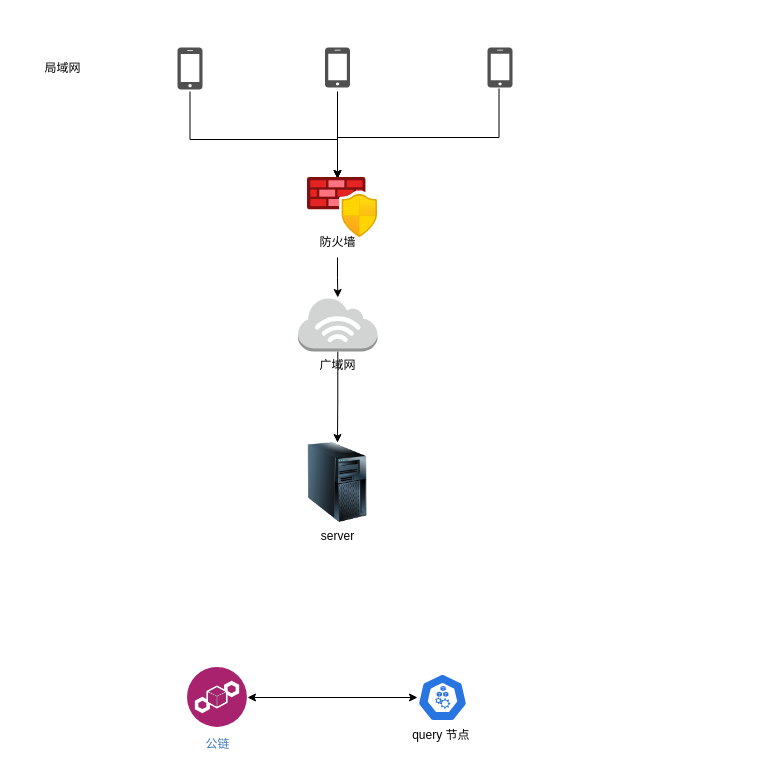
Earlier version of the draw.io diagram 整体架构.drawio (huyongchao98/dapp). Source tidied: cells renumbered, new cells numbered last; positions are measured from the earlier drawing's top-left corner, leaving out a move shared by most shapes. Both pictures are drawn from the tidied source at 100%, with x=0, y=0 at pixel (32, 47).
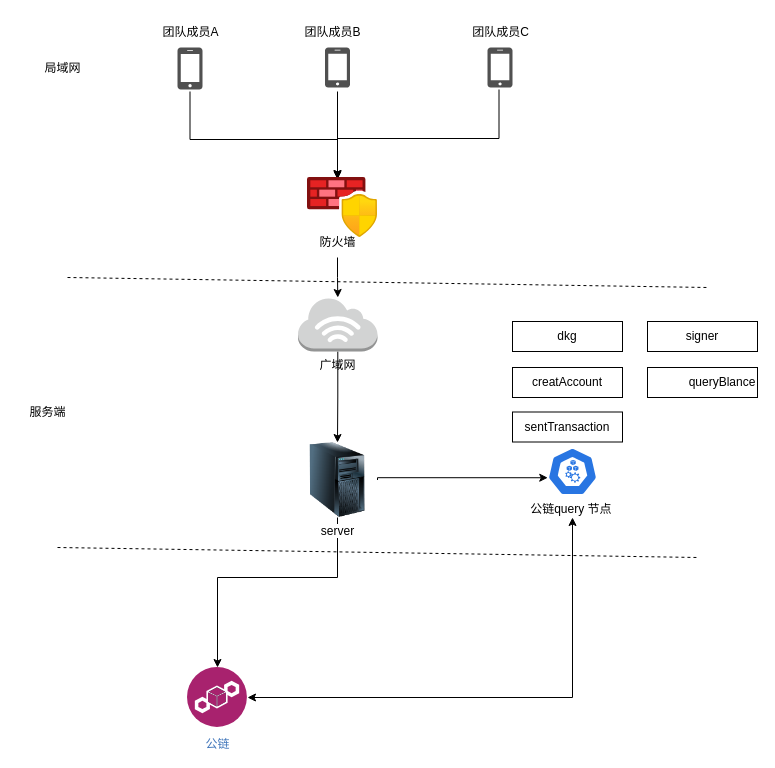
Above is the later version.

The change refers to these unchanged cells:
```xml
<mxCell id="15" value="公链" style="perimeter=ellipsePerimeter;html=1;align=center;shadow=0;dashed=0;fontColor=#4277BB;labelBackgroundColor=#ffffff;fontSize=12;spacingTop=3;image;image=img/lib/ibm/blockchain/blockchain.svg;" parent="1" vertex="1">
  <mxGeometry x="155" y="620" width="60" height="60" as="geometry" />
</mxCell>
```

What changed in the source:
```diff
@@
     <mxCell id="6" style="edgeStyle=orthogonalEdgeStyle;rounded=0;orthogonalLoop=1;jettySize=auto;html=1;" parent="1" edge="1">
       <mxGeometry relative="1" as="geometry">
-        <mxPoint x="466.5" y="41" as="sourcePoint" />
-        <mxPoint x="305" y="131" as="targetPoint" />
+        <mxPoint x="466.5" y="42" as="sourcePoint" />
+        <mxPoint x="305" y="132" as="targetPoint" />
         <Array as="points">
-          <mxPoint x="467" y="90" />
-          <mxPoint x="305" y="90" />
+          <mxPoint x="467" y="91" />
+          <mxPoint x="305" y="91" />
         </Array>
       </mxGeometry>
     </mxCell>
@@
+    <mxCell id="18" style="edgeStyle=orthogonalEdgeStyle;rounded=0;jettySize=auto;html=1;startArrow=none;startFill=0;exitX=0.5;exitY=1;exitDx=0;exitDy=0;" parent="1" edge="1" source="14" target="15">
+      <mxGeometry relative="1" as="geometry">
+        <Array as="points">
+          <mxPoint x="305" y="530" />
+          <mxPoint x="185" y="530" />
+        </Array>
+      </mxGeometry>
+    </mxCell>
+    <mxCell id="19" style="edgeStyle=orthogonalEdgeStyle;rounded=0;jettySize=auto;html=1;startArrow=none;startFill=0;exitX=1;exitY=0.5;exitDx=0;exitDy=0;entryX=0.005;entryY=0.63;entryDx=0;entryDy=0;entryPerimeter=0;" parent="1" edge="1" source="14" target="17">
+      <mxGeometry relative="1" as="geometry">
+        <Array as="points">
+          <mxPoint x="345" y="430" />
+          <mxPoint x="515" y="430" />
+        </Array>
+      </mxGeometry>
+    </mxCell>
     <mxCell id="14" value="server" style="image;html=1;image=img/lib/clip_art/computers/Server_Tower_128x128.png;" parent="1" vertex="1">
-      <mxGeometry x="265" y="395" width="80" height="80" as="geometry" />
+      <mxGeometry x="265" y="395" width="80" height="75" as="geometry" />
     </mxCell>
@@
-    <mxCell id="16" style="edgeStyle=orthogonalEdgeStyle;rounded=0;jettySize=auto;html=1;entryX=1;entryY=0.5;entryDx=0;entryDy=0;startArrow=classic;startFill=1;" parent="1" edge="1" source="17" target="15">
-      <mxGeometry relative="1" as="geometry" />
+    <mxCell id="16" style="edgeStyle=orthogonalEdgeStyle;rounded=0;jettySize=auto;html=1;entryX=1;entryY=0.5;entryDx=0;entryDy=0;startArrow=classic;startFill=1;" parent="1" edge="1" target="15">
+      <mxGeometry relative="1" as="geometry">
+        <mxPoint x="540" y="470" as="sourcePoint" />
+        <Array as="points">
+          <mxPoint x="540" y="650" />
+        </Array>
+      </mxGeometry>
     </mxCell>
-    <mxCell id="17" value="query 节点&amp;nbsp;" style="sketch=0;html=1;dashed=0;whitespace=wrap;fillColor=#2875E2;strokeColor=#ffffff;points=[[0.005,0.63,0],[0.1,0.2,0],[0.9,0.2,0],[0.5,0,0],[0.995,0.63,0],[0.72,0.99,0],[0.5,1,0],[0.28,0.99,0]];verticalLabelPosition=bottom;align=center;verticalAlign=top;shape=mxgraph.kubernetes.icon;prIcon=node;" parent="1" vertex="1">
-      <mxGeometry x="385" y="626" width="50" height="48" as="geometry" />
+    <mxCell id="17" value="公链query 节点&amp;nbsp;" style="sketch=0;html=1;dashed=0;whitespace=wrap;fillColor=#2875E2;strokeColor=#ffffff;points=[[0.005,0.63,0],[0.1,0.2,0],[0.9,0.2,0],[0.5,0,0],[0.995,0.63,0],[0.72,0.99,0],[0.5,1,0],[0.28,0.99,0]];verticalLabelPosition=bottom;align=center;verticalAlign=top;shape=mxgraph.kubernetes.icon;prIcon=node;" parent="1" vertex="1">
+      <mxGeometry x="515" y="400" width="50" height="48" as="geometry" />
     </mxCell>
+    <mxCell id="20" value="团队成员A" style="text;html=1;align=center;verticalAlign=middle;fillColor=none;strokeColor=none;rounded=0;" parent="1" vertex="1">
+      <mxGeometry x="117.5" y="-30" width="80" height="30" as="geometry" />
+    </mxCell>
+    <mxCell id="21" value="团队成员B" style="text;html=1;align=center;verticalAlign=middle;fillColor=none;strokeColor=none;rounded=0;" parent="1" vertex="1">
+      <mxGeometry x="260" y="-30" width="80" height="30" as="geometry" />
+    </mxCell>
+    <mxCell id="22" value="团队成员C" style="text;html=1;align=center;verticalAlign=middle;fillColor=none;strokeColor=none;rounded=0;" parent="1" vertex="1">
+      <mxGeometry x="427.5" y="-30" width="80" height="30" as="geometry" />
+    </mxCell>
+    <mxCell id="23" style="endArrow=none;html=1;rounded=0;dashed=1;" parent="1" edge="1">
+      <mxGeometry relative="1" as="geometry">
+        <mxPoint x="35" y="230" as="sourcePoint" />
+        <mxPoint x="675" y="240" as="targetPoint" />
+      </mxGeometry>
+    </mxCell>
+    <mxCell id="24" style="endArrow=none;html=1;rounded=0;dashed=1;" parent="1" edge="1">
+      <mxGeometry relative="1" as="geometry">
+        <mxPoint x="25" y="500" as="sourcePoint" />
+        <mxPoint x="665" y="510" as="targetPoint" />
+      </mxGeometry>
+    </mxCell>
+    <mxCell id="25" value="服务端" style="text;html=1;align=center;verticalAlign=middle;fillColor=none;strokeColor=none;rounded=0;" parent="1" vertex="1">
+      <mxGeometry x="-15" y="350" width="60" height="30" as="geometry" />
+    </mxCell>
+    <mxCell id="26" value="dkg" style="rounded=0;whiteSpace=wrap;html=1;" parent="1" vertex="1">
+      <mxGeometry x="480" y="274" width="110" height="30" as="geometry" />
+    </mxCell>
+    <mxCell id="27" value="signer" style="rounded=0;whiteSpace=wrap;html=1;" parent="1" vertex="1">
+      <mxGeometry x="615" y="274" width="110" height="30" as="geometry" />
+    </mxCell>
+    <mxCell id="28" value="creatAccount" style="rounded=0;whiteSpace=wrap;html=1;" parent="1" vertex="1">
+      <mxGeometry x="480" y="320" width="110" height="30" as="geometry" />
+    </mxCell>
+    <mxCell id="29" value="&lt;blockquote style=&quot;margin: 0 0 0 40px; border: none; padding: 0px;&quot;&gt;queryBlance&lt;/blockquote&gt;" style="rounded=0;whiteSpace=wrap;html=1;align=center;" parent="1" vertex="1">
+      <mxGeometry x="615" y="320" width="110" height="30" as="geometry" />
+    </mxCell>
+    <mxCell id="30" value="sentTransaction" style="rounded=0;whiteSpace=wrap;html=1;" parent="1" vertex="1">
+      <mxGeometry x="480" y="364.5" width="110" height="30" as="geometry" />
+    </mxCell>
```
